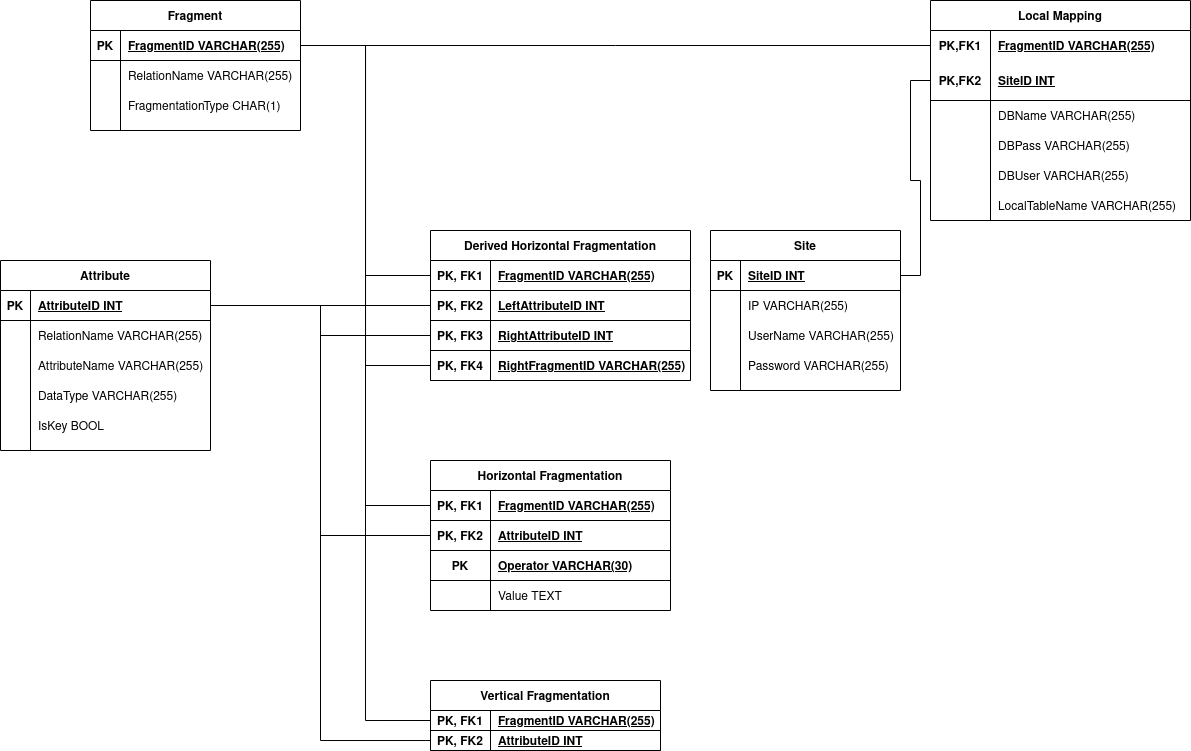
The draw.io diagram Architecture Diagrams/System Catalogue-Relational Model.png in alti-tude/distributed_dbms, before a commit. Source tidied: cells renumbered, new cells last; positions are measured from the earlier drawing's top-left corner, leaving out a move shared by most shapes.
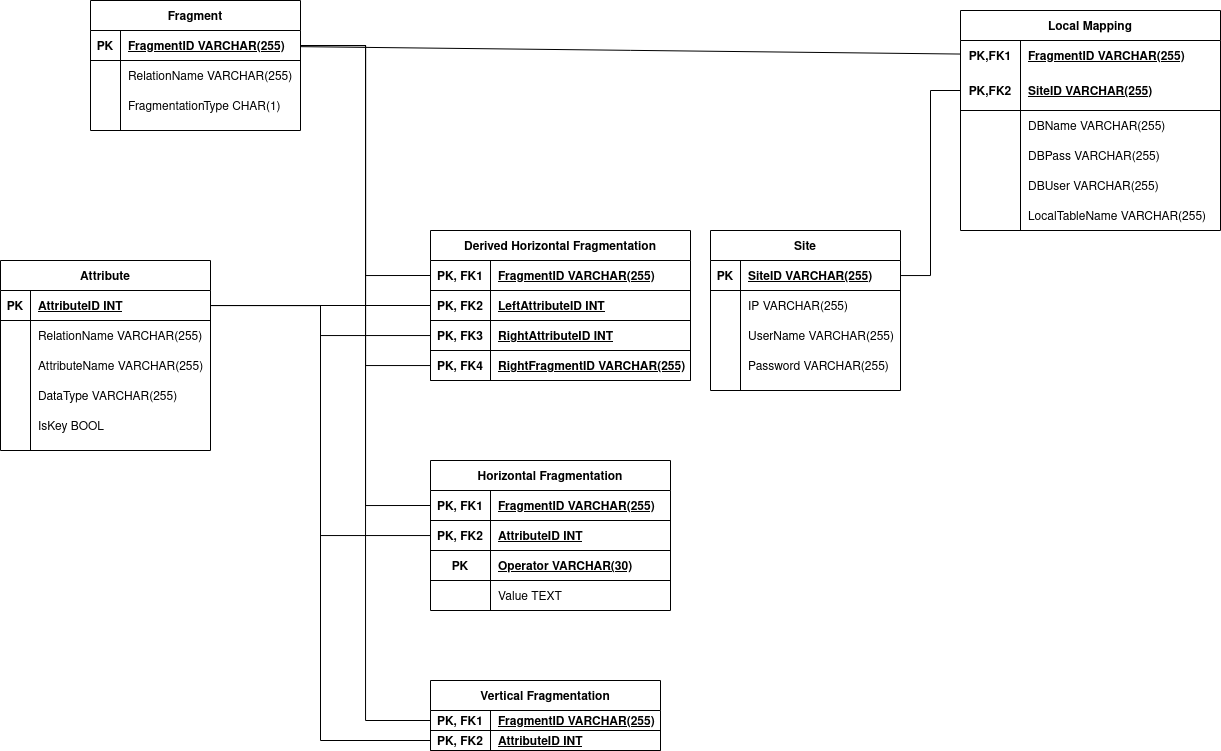
Above is the later version.

Diff of the diagram source:
```diff
@@ -158,7 +158,7 @@
     <mxCell id="53" value="PK" style="shape=partialRectangle;fillColor=none;top=0;left=0;bottom=0;right=0;fontStyle=1;overflow=hidden;" parent="52" vertex="1">
       <mxGeometry width="30" height="30" as="geometry" />
     </mxCell>
-    <mxCell id="54" value="SiteID INT" style="shape=partialRectangle;fillColor=none;top=0;left=0;bottom=0;right=0;align=left;spacingLeft=6;fontStyle=5;overflow=hidden;" parent="52" vertex="1">
+    <mxCell id="54" value="SiteID VARCHAR(255)" style="shape=partialRectangle;fillColor=none;top=0;left=0;bottom=0;right=0;align=left;spacingLeft=6;fontStyle=5;overflow=hidden;" parent="52" vertex="1">
       <mxGeometry x="30" width="160" height="30" as="geometry" />
     </mxCell>
     <mxCell id="55" style="shape=partialRectangle;fillColor=none;top=0;left=0;bottom=0;right=0;" parent="51" vertex="1">
@@ -231,7 +231,7 @@
       <mxGeometry relative="1" as="geometry" />
     </mxCell>
     <mxCell id="78" style="group;" parent="1" vertex="1">
-      <mxGeometry x="930" width="260" height="220" as="geometry" />
+      <mxGeometry x="960" y="10" width="260" height="220" as="geometry" />
     </mxCell>
     <mxCell id="79" value="Local Mapping" style="shape=table;startSize=30;rowLines=0;fontStyle=1;align=center;" parent="78" vertex="1">
       <mxGeometry width="260" height="220" as="geometry" />
@@ -251,7 +251,7 @@
     <mxCell id="84" value="PK,FK2" style="shape=partialRectangle;fillColor=none;top=0;left=0;bottom=0;right=0;fontStyle=1;overflow=hidden;" parent="83" vertex="1">
       <mxGeometry width="60" height="40" as="geometry" />
     </mxCell>
-    <mxCell id="85" value="SiteID INT" style="shape=partialRectangle;fillColor=none;top=0;left=0;bottom=0;right=0;align=left;spacingLeft=6;fontStyle=5;overflow=hidden;" parent="83" vertex="1">
+    <mxCell id="85" value="SiteID VARCHAR(255)" style="shape=partialRectangle;fillColor=none;top=0;left=0;bottom=0;right=0;align=left;spacingLeft=6;fontStyle=5;overflow=hidden;" parent="83" vertex="1">
       <mxGeometry x="60" width="200" height="40" as="geometry" />
     </mxCell>
     <mxCell id="86" style="shape=partialRectangle;fillColor=none;top=0;left=0;bottom=0;right=0;" parent="79" vertex="1">
```
